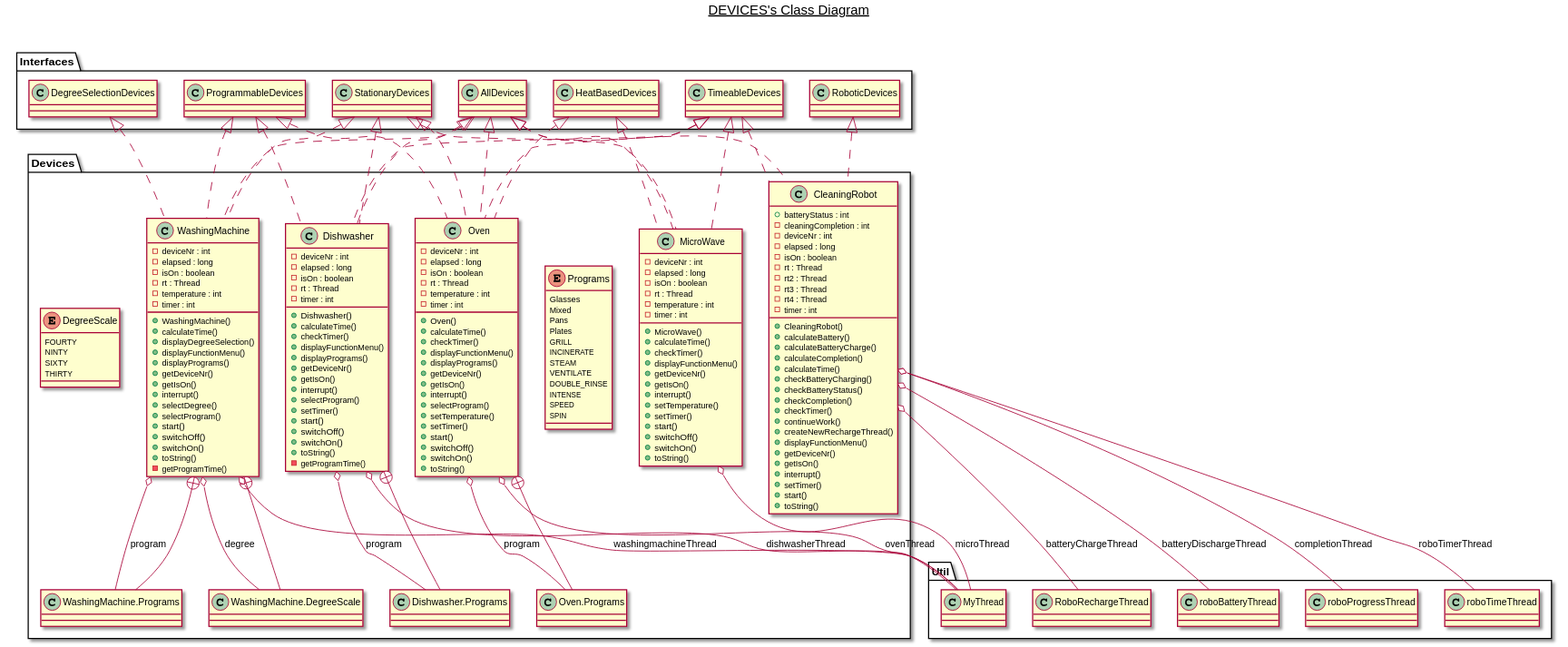
Earlier version of the PlantUML export Assignment_04_SmartPhone/Devices.svg (niddhog/BINF4241-Group10).
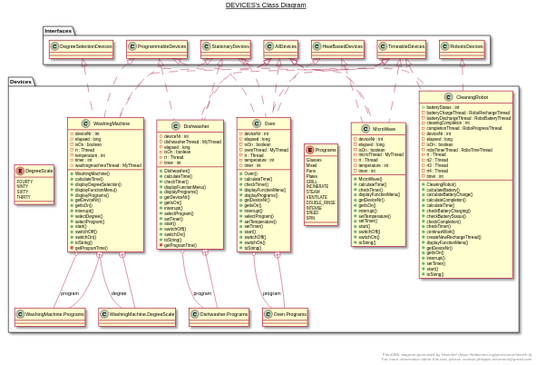
The same diagram one commit later.

Diff of the diagram source:
```diff
@@ -5,10 +5,14 @@
   namespace Devices {
     class Devices.CleaningRobot {
         + batteryStatus : int
+        - batteryChargeThread : RoboRechargeThread
+        - batteryDischargeThread : RoboBatteryThread
         - cleaningCompletion : int
+        - completionThread : RoboProgressThread
         - deviceNr : int
         - elapsed : long
         - isOn : boolean
+        - roboTimerThread : RoboTimeThread
         - rt : Thread
         - rt2 : Thread
         - rt3 : Thread
@@ -39,6 +43,7 @@
   namespace Devices {
     class Devices.Dishwasher {
         - deviceNr : int
+        - dishwasherThread : MyThread
         - elapsed : long
         - isOn : boolean
         - rt : Thread
@@ -77,6 +82,7 @@
         - deviceNr : int
         - elapsed : long
         - isOn : boolean
+        - microThread : MyThread
         - rt : Thread
         - temperature : int
         - timer : int
@@ -102,6 +108,7 @@
         - deviceNr : int
         - elapsed : long
         - isOn : boolean
+        - ovenThread : MyThread
         - rt : Thread
         - temperature : int
         - timer : int
@@ -142,6 +149,7 @@
         - rt : Thread
         - temperature : int
         - timer : int
+        - washingmachineThread : MyThread
         + WashingMachine()
         + calculateTime()
         + displayDegreeSelection()
@@ -184,28 +192,21 @@
   Devices.CleaningRobot .up.|> Interfaces.AllDevices
   Devices.CleaningRobot .up.|> Interfaces.RoboticDevices
   Devices.CleaningRobot .up.|> Interfaces.TimeableDevices
-  Devices.CleaningRobot o-- Util.RoboRechargeThread : batteryChargeThread
-  Devices.CleaningRobot o-- Util.RoboBatteryThread : batteryDischargeThread
-  Devices.CleaningRobot o-- Util.RoboProgressThread : completionThread
-  Devices.CleaningRobot o-- Util.RoboTimeThread : roboTimerThread
   Devices.Dishwasher .up.|> Interfaces.AllDevices
   Devices.Dishwasher .up.|> Interfaces.ProgrammableDevices
   Devices.Dishwasher .up.|> Interfaces.StationaryDevices
   Devices.Dishwasher .up.|> Interfaces.TimeableDevices
-  Devices.Dishwasher o-- Util.MyThread : dishwasherThread
   Devices.Dishwasher o-- Devices.Dishwasher.Programs : program
   Devices.Dishwasher +-down- Devices.Dishwasher.Programs
   Devices.MicroWave .up.|> Interfaces.AllDevices
   Devices.MicroWave .up.|> Interfaces.HeatBasedDevices
   Devices.MicroWave .up.|> Interfaces.StationaryDevices
   Devices.MicroWave .up.|> Interfaces.TimeableDevices
-  Devices.MicroWave o-- Util.MyThread : microThread
   Devices.Oven .up.|> Interfaces.AllDevices
   Devices.Oven .up.|> Interfaces.HeatBasedDevices
   Devices.Oven .up.|> Interfaces.ProgrammableDevices
   Devices.Oven .up.|> Interfaces.StationaryDevices
   Devices.Oven .up.|> Interfaces.TimeableDevices
-  Devices.Oven o-- Util.MyThread : ovenThread
   Devices.Oven o-- Devices.Oven.Programs : program
   Devices.Oven +-down- Devices.Oven.Programs
   Devices.WashingMachine .up.|> Interfaces.AllDevices
@@ -214,10 +215,15 @@
   Devices.WashingMachine .up.|> Interfaces.StationaryDevices
   Devices.WashingMachine o-- Devices.WashingMachine.DegreeScale : degree
   Devices.WashingMachine o-- Devices.WashingMachine.Programs : program
-  Devices.WashingMachine o-- Util.MyThread : washingmachineThread
   Devices.WashingMachine +-down- Devices.WashingMachine.DegreeScale
   Devices.WashingMachine +-down- Devices.WashingMachine.Programs
 
 
+right footer
+
+
+PlantUML diagram generated by SketchIt! (https://bitbucket.org/pmesmeur/sketch.it)
+For more information about this tool, please contact philippe.mesmeur@gmail.com
+endfooter
 
 @enduml
```
